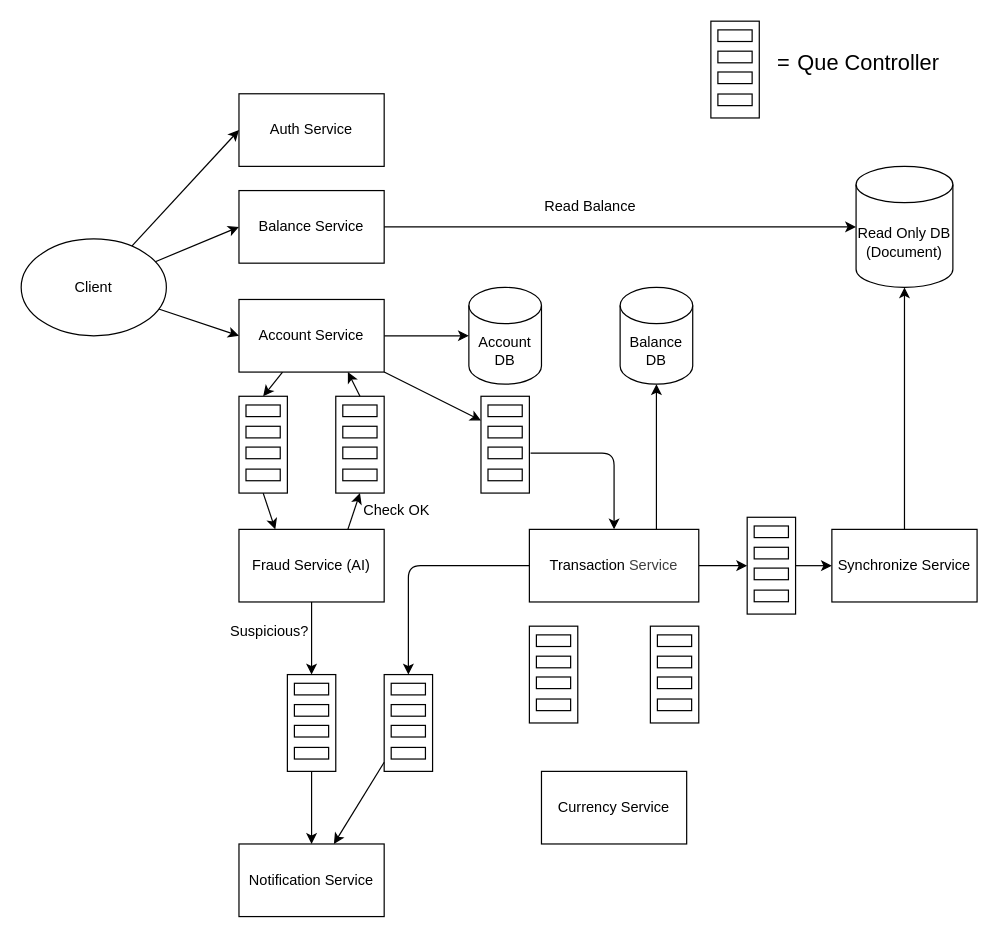
Above: docs/architecture/system_architecture.drawio in Team-HABO/habo-banking (draw.io), before the change. Source tidied: cells renumbered, new cells numbered last; positions are measured from the earlier drawing's top-left corner, leaving out a move shared by most shapes. Both pictures are drawn from the tidied source at 121%, with x=0, y=0 at pixel (21, 21).
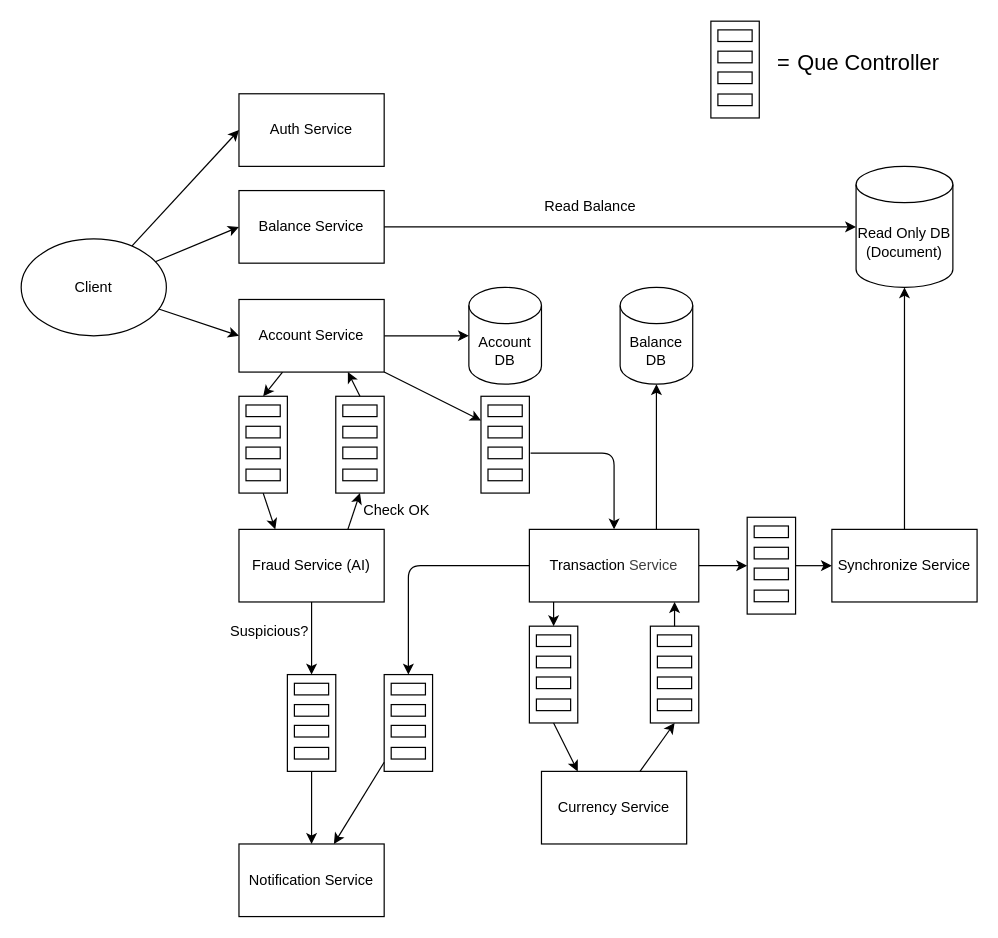
The same page after the edit.

Commit message:
Fix: Added missing arrows for 'Currency Service' and 'Transaction Service'.

The change refers to these unchanged cells:
```xml
<mxCell id="8" value="Transaction&amp;nbsp;&lt;span style=&quot;color: rgb(63, 63, 63); background-color: transparent;&quot;&gt;Service&lt;/span&gt;" style="rounded=0;whiteSpace=wrap;html=1;" parent="1" vertex="1">
  <mxGeometry x="420" y="420" width="140" height="60" as="geometry" />
</mxCell>
<mxCell id="14" value="Currency Service" style="rounded=0;whiteSpace=wrap;html=1;" parent="1" vertex="1">
  <mxGeometry x="430" y="620" width="120" height="60" as="geometry" />
</mxCell>
<mxCell id="49" style="rounded=0;whiteSpace=wrap;html=1;" parent="48" vertex="1">
  <mxGeometry width="40" height="80" as="geometry" />
</mxCell>
<mxCell id="61" style="rounded=0;whiteSpace=wrap;html=1;" parent="60" vertex="1">
  <mxGeometry width="40" height="80" as="geometry" />
</mxCell>
```

What changed in the source:
```diff
@@
+    <mxCell id="92" style="edgeStyle=none;html=1;entryX=0.5;entryY=1;entryDx=0;entryDy=0;" parent="1" edge="1" source="14" target="61">
+      <mxGeometry relative="1" as="geometry" />
+    </mxCell>
@@
+    <mxCell id="93" style="edgeStyle=none;html=1;entryX=0.857;entryY=1;entryDx=0;entryDy=0;entryPerimeter=0;" parent="1" edge="1" source="61" target="8">
+      <mxGeometry relative="1" as="geometry" />
+    </mxCell>
+    <mxCell id="94" style="html=1;entryX=0.143;entryY=1;entryDx=0;entryDy=0;entryPerimeter=0;startArrow=classic;startFill=1;endArrow=none;endFill=0;" parent="1" edge="1" source="49" target="8">
+      <mxGeometry relative="1" as="geometry" />
+    </mxCell>
+    <mxCell id="95" style="edgeStyle=none;html=1;entryX=0.25;entryY=0;entryDx=0;entryDy=0;exitX=0.5;exitY=1;exitDx=0;exitDy=0;" parent="1" edge="1" source="49" target="14">
+      <mxGeometry relative="1" as="geometry" />
+    </mxCell>
```
